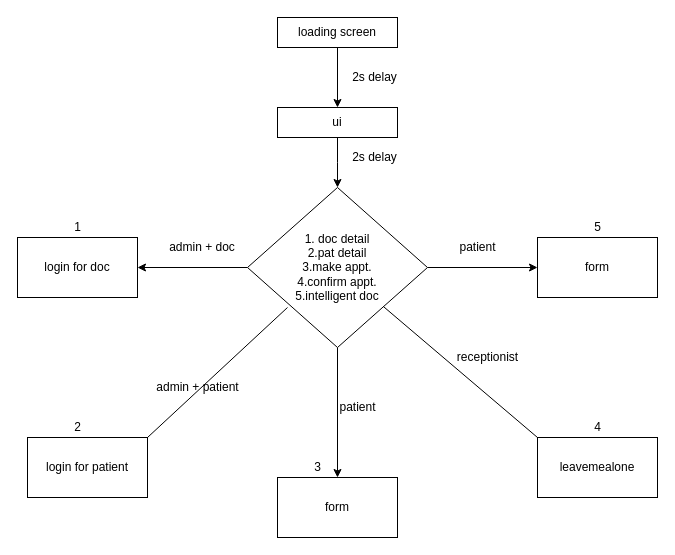
Above: flow chart/project2.drawio in AbhishekTiwari07/CS263_Project (draw.io), before the change. Source tidied: cells renumbered, new cells numbered last; positions are measured from the earlier drawing's top-left corner, leaving out a move shared by most shapes. Both pictures are drawn from the tidied source at 100%, with x=0, y=0 at pixel (17, 17).
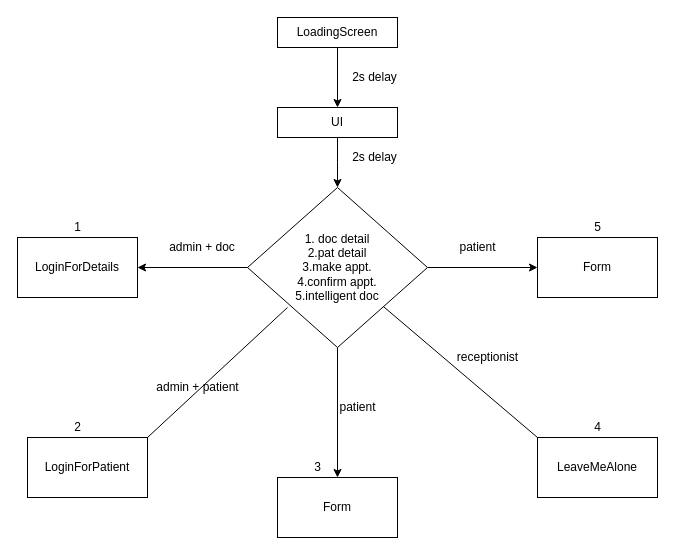
The same diagram, later.

Change to the diagram source:
```diff
@@
-    <mxCell id="3" value="loading screen" style="rounded=0;whiteSpace=wrap;html=1;" parent="1" vertex="1">
+    <mxCell id="3" value="LoadingScreen" style="rounded=0;whiteSpace=wrap;html=1;" parent="1" vertex="1">
       <mxGeometry x="260" width="120" height="30" as="geometry" />
     </mxCell>
@@
-    <mxCell id="5" value="ui" style="whiteSpace=wrap;html=1;rounded=0;" parent="1" vertex="1">
+    <mxCell id="5" value="UI" style="whiteSpace=wrap;html=1;rounded=0;" parent="1" vertex="1">
       <mxGeometry x="260" y="90" width="120" height="30" as="geometry" />
     </mxCell>
@@
-    <mxCell id="12" value="form" style="whiteSpace=wrap;html=1;" parent="1" vertex="1">
+    <mxCell id="12" value="Form" style="whiteSpace=wrap;html=1;" parent="1" vertex="1">
       <mxGeometry x="520" y="220" width="120" height="60" as="geometry" />
     </mxCell>
-    <mxCell id="13" value="login for doc" style="whiteSpace=wrap;html=1;" parent="1" vertex="1">
+    <mxCell id="13" value="LoginForDetails" style="whiteSpace=wrap;html=1;" parent="1" vertex="1">
       <mxGeometry y="220" width="120" height="60" as="geometry" />
     </mxCell>
-    <mxCell id="14" value="form" style="whiteSpace=wrap;html=1;" parent="1" vertex="1">
+    <mxCell id="14" value="Form" style="whiteSpace=wrap;html=1;" parent="1" vertex="1">
       <mxGeometry x="260" y="460" width="120" height="60" as="geometry" />
     </mxCell>
@@
-    <mxCell id="17" value="login for patient" style="rounded=0;whiteSpace=wrap;html=1;" parent="1" vertex="1">
+    <mxCell id="17" value="LoginForPatient" style="rounded=0;whiteSpace=wrap;html=1;" parent="1" vertex="1">
       <mxGeometry x="10" y="420" width="120" height="60" as="geometry" />
     </mxCell>
-    <mxCell id="18" value="leavemealone" style="rounded=0;whiteSpace=wrap;html=1;" parent="1" vertex="1">
+    <mxCell id="18" value="LeaveMeAlone" style="rounded=0;whiteSpace=wrap;html=1;" parent="1" vertex="1">
       <mxGeometry x="520" y="420" width="120" height="60" as="geometry" />
     </mxCell>
```
